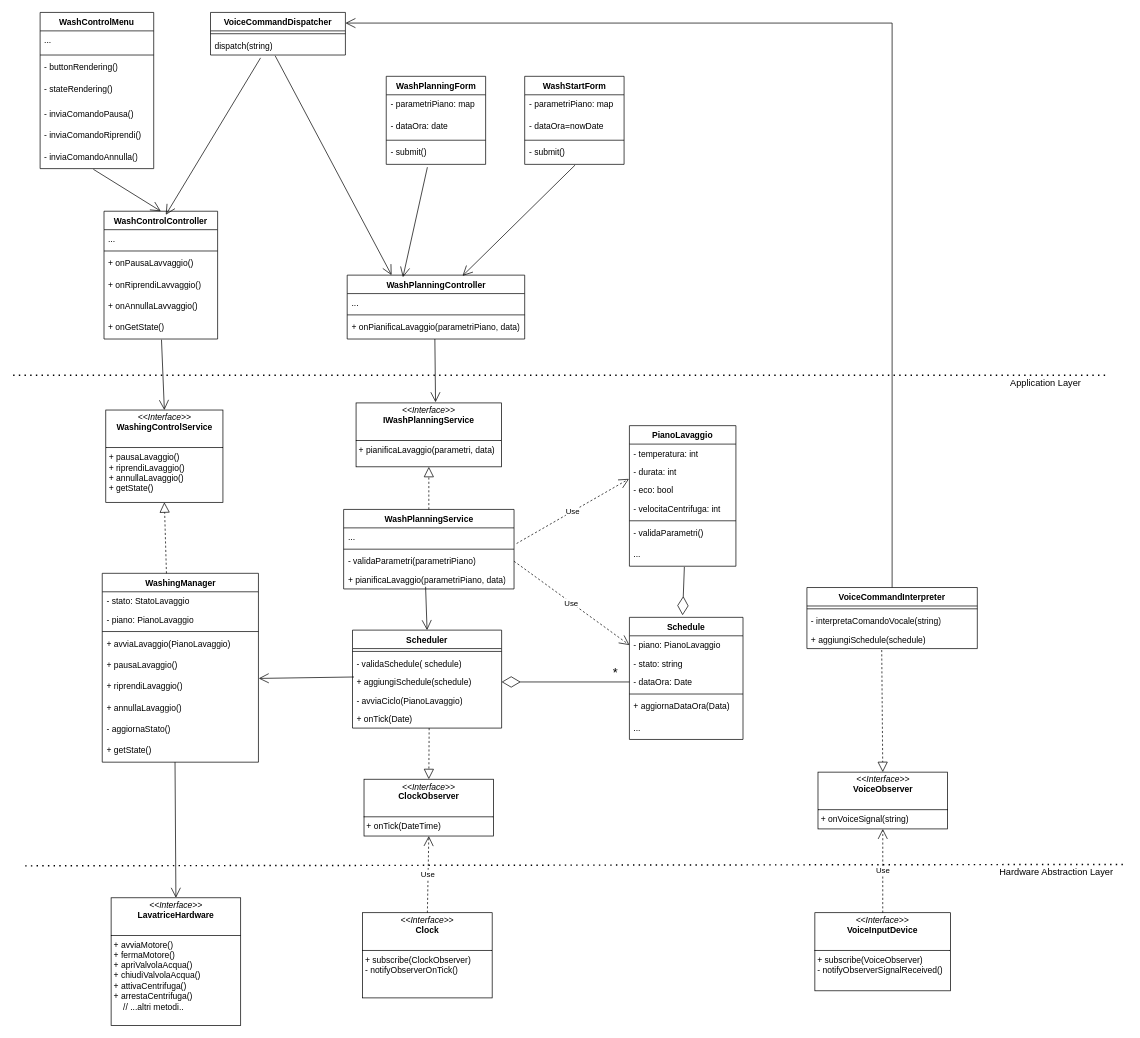
Before: content/class.drawio in uni-aca100/ing-proj, a draw.io diagram. Source tidied: cells renumbered, new cells numbered last; positions are measured from the earlier drawing's top-left corner, leaving out a move shared by most shapes. Both pictures are drawn from the tidied source at 71%, with x=0, y=0 at pixel (13, 12).
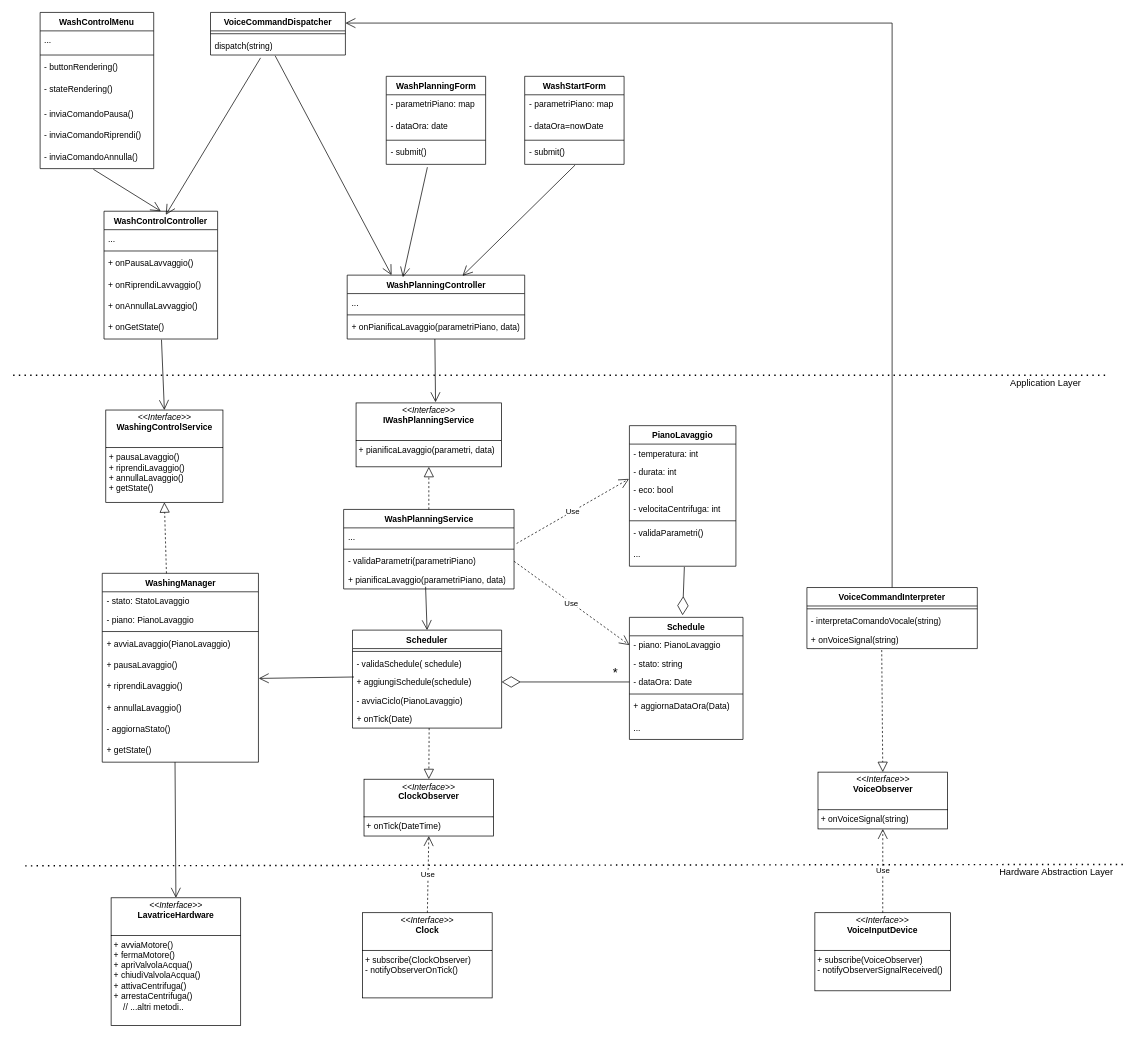
After the change.

Unchanged cells that the change refers to:
```xml
<mxCell id="96" value="VoiceCommandInterpreter" style="swimlane;fontStyle=1;align=center;verticalAlign=top;horizontal=1;startSize=26;whiteSpace=wrap;html=1;" parent="1" vertex="1">
  <mxGeometry x="1118" y="810" width="240" height="86" as="geometry" />
</mxCell>
```

Change to the diagram source:
```diff
@@
-    <mxCell id="99" value="+ aggiungiSchedule(schedule)" style="text;strokeColor=none;fillColor=none;align=left;verticalAlign=top;spacingLeft=4;spacingRight=4;overflow=hidden;points=[[0,0.5],[1,0.5]];portConstraint=eastwest;whiteSpace=wrap;html=1;" parent="96" vertex="1">
+    <mxCell id="99" value="+ onVoiceSignal(string)" style="text;strokeColor=none;fillColor=none;align=left;verticalAlign=top;spacingLeft=4;spacingRight=4;overflow=hidden;points=[[0,0.5],[1,0.5]];portConstraint=eastwest;whiteSpace=wrap;html=1;" parent="96" vertex="1">
       <mxGeometry y="60" width="240" height="26" as="geometry" />
     </mxCell>
```
